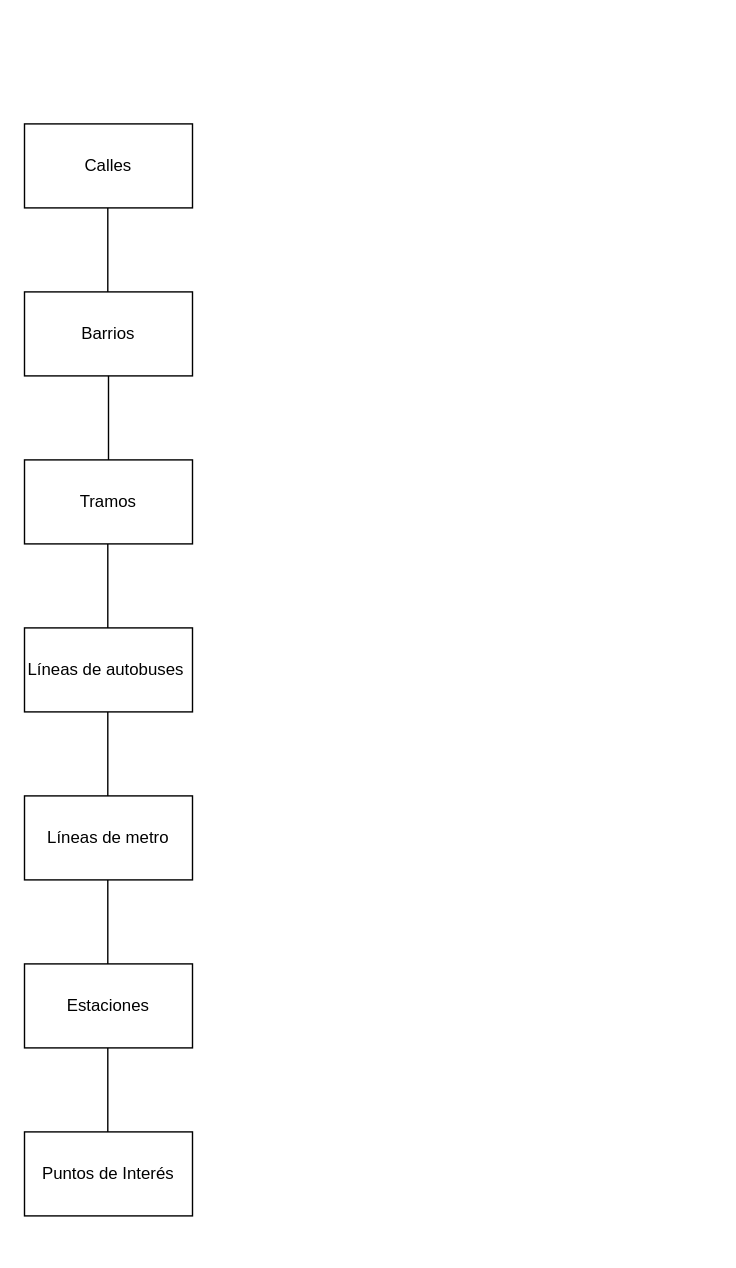
Above: Mis_archivos/Diagrama sin título.drawio in Alexx231/python (draw.io), before the change. Source tidied: cells renumbered, new cells numbered last; positions are measured from the earlier drawing's top-left corner, leaving out a move shared by most shapes. Both pictures are drawn from the tidied source at 140%, with x=0, y=0 at pixel (24, 123).
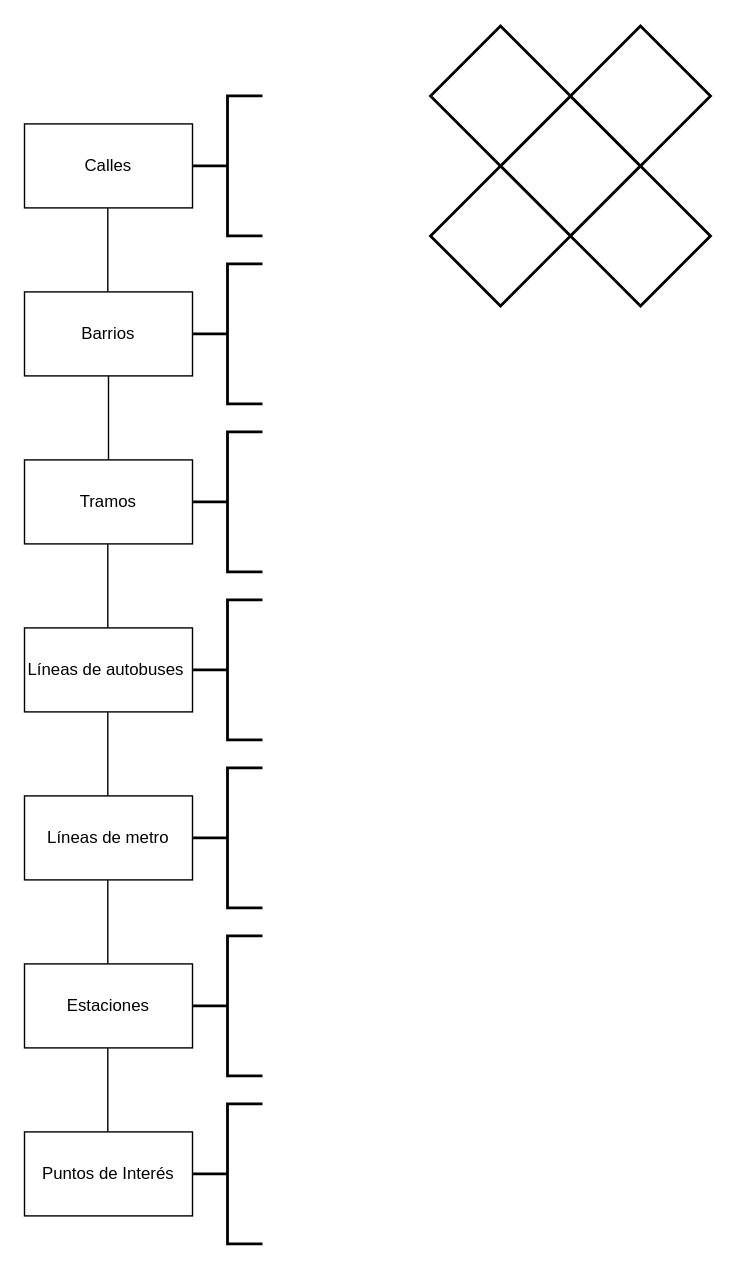
The same page after the edit.

What changed in the source:
```diff
@@
+    <mxCell id="15" style="strokeWidth=2;html=1;shape=mxgraph.flowchart.annotation_2;align=left;labelPosition=right;" parent="1" vertex="1">
+      <mxGeometry x="120" y="-20" width="50" height="100" as="geometry" />
+    </mxCell>
+    <mxCell id="16" style="strokeWidth=2;html=1;shape=mxgraph.flowchart.annotation_2;align=left;labelPosition=right;" parent="1" vertex="1">
+      <mxGeometry x="120" y="460" width="50" height="100" as="geometry" />
+    </mxCell>
+    <mxCell id="17" style="strokeWidth=2;html=1;shape=mxgraph.flowchart.annotation_2;align=left;labelPosition=right;" parent="1" vertex="1">
+      <mxGeometry x="120" y="340" width="50" height="100" as="geometry" />
+    </mxCell>
+    <mxCell id="18" style="strokeWidth=2;html=1;shape=mxgraph.flowchart.annotation_2;align=left;labelPosition=right;" parent="1" vertex="1">
+      <mxGeometry x="120" y="220" width="50" height="100" as="geometry" />
+    </mxCell>
+    <mxCell id="19" style="strokeWidth=2;html=1;shape=mxgraph.flowchart.annotation_2;align=left;labelPosition=right;" parent="1" vertex="1">
+      <mxGeometry x="120" y="100" width="50" height="100" as="geometry" />
+    </mxCell>
+    <mxCell id="20" style="strokeWidth=2;html=1;shape=mxgraph.flowchart.annotation_2;align=left;labelPosition=right;" parent="1" vertex="1">
+      <mxGeometry x="120" y="580" width="50" height="100" as="geometry" />
+    </mxCell>
+    <mxCell id="21" style="strokeWidth=2;html=1;shape=mxgraph.flowchart.annotation_2;align=left;labelPosition=right;" parent="1" vertex="1">
+      <mxGeometry x="120" y="700" width="50" height="100" as="geometry" />
+    </mxCell>
+    <mxCell id="22" style="strokeWidth=2;html=1;shape=mxgraph.flowchart.decision;whiteSpace=wrap;" parent="1" vertex="1">
+      <mxGeometry x="340" y="-20" width="100" height="100" as="geometry" />
+    </mxCell>
+    <mxCell id="23" style="strokeWidth=2;html=1;shape=mxgraph.flowchart.decision;whiteSpace=wrap;" parent="1" vertex="1">
+      <mxGeometry x="290" y="30" width="100" height="100" as="geometry" />
+    </mxCell>
+    <mxCell id="24" style="strokeWidth=2;html=1;shape=mxgraph.flowchart.decision;whiteSpace=wrap;" parent="1" vertex="1">
+      <mxGeometry x="390" y="-70" width="100" height="100" as="geometry" />
+    </mxCell>
+    <mxCell id="25" style="strokeWidth=2;html=1;shape=mxgraph.flowchart.decision;whiteSpace=wrap;" parent="1" vertex="1">
+      <mxGeometry x="290" y="-70" width="100" height="100" as="geometry" />
+    </mxCell>
+    <mxCell id="26" style="strokeWidth=2;html=1;shape=mxgraph.flowchart.decision;whiteSpace=wrap;" parent="1" vertex="1">
+      <mxGeometry x="390" y="30" width="100" height="100" as="geometry" />
+    </mxCell>
```
